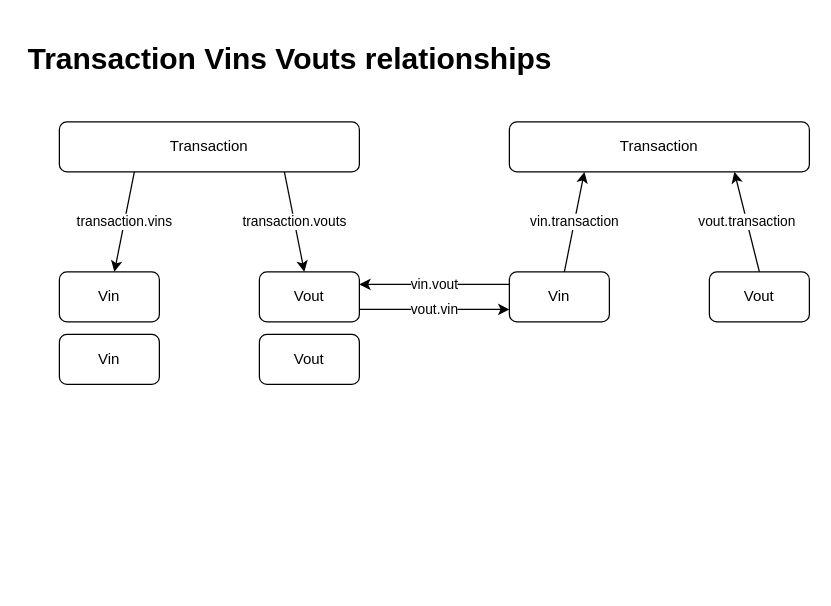
This is page "Transaction" (1 of 3) of lib/foundation/data_model/data_model.drawio from sanjeevbishnoi/moontree, a draw.io file, before an edit. Source tidied: cells renumbered, new cells numbered last; positions are measured from the earlier drawing's top-left corner, leaving out a move shared by most shapes. Both pictures are drawn from the tidied source at 125%, with x=0, y=0 at pixel (21, 34).
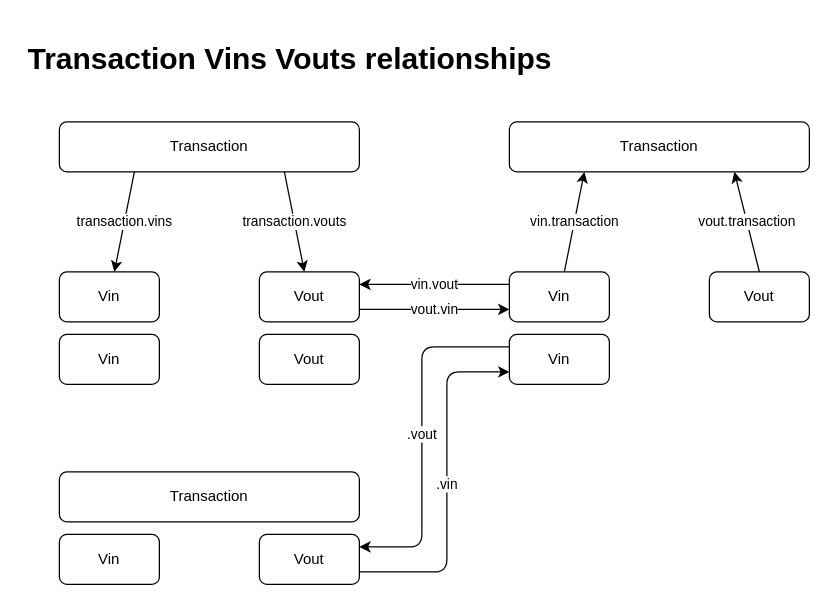
Above is the later version.

Commit message (it also covers changes not shown here):
created domain transaction objects from datamodel transaction objects

Diff of the diagram source:
```diff
@@
+    <mxCell id="17" value=".vout" style="edgeStyle=elbowEdgeStyle;html=1;entryX=1;entryY=0.25;entryDx=0;entryDy=0;exitX=0;exitY=0.25;exitDx=0;exitDy=0;" parent="1" edge="1" source="18" target="21">
+      <mxGeometry relative="1" as="geometry">
+        <Array as="points">
+          <mxPoint x="320" y="330" />
+        </Array>
+      </mxGeometry>
+    </mxCell>
+    <mxCell id="18" value="Vin" style="rounded=1;whiteSpace=wrap;html=1;" parent="1" vertex="1">
+      <mxGeometry x="390" y="240" width="80" height="40" as="geometry" />
+    </mxCell>
+    <mxCell id="19" value="Vin" style="rounded=1;whiteSpace=wrap;html=1;" parent="1" vertex="1">
+      <mxGeometry x="30" y="400" width="80" height="40" as="geometry" />
+    </mxCell>
+    <mxCell id="20" value=".vin" style="edgeStyle=elbowEdgeStyle;html=1;entryX=0;entryY=0.75;entryDx=0;entryDy=0;exitX=1;exitY=0.75;exitDx=0;exitDy=0;" parent="1" edge="1" source="21" target="18">
+      <mxGeometry relative="1" as="geometry">
+        <Array as="points">
+          <mxPoint x="340" y="360" />
+        </Array>
+      </mxGeometry>
+    </mxCell>
+    <mxCell id="21" value="Vout" style="rounded=1;whiteSpace=wrap;html=1;" parent="1" vertex="1">
+      <mxGeometry x="190" y="400" width="80" height="40" as="geometry" />
+    </mxCell>
+    <mxCell id="22" value="Transaction" style="rounded=1;whiteSpace=wrap;html=1;" parent="1" vertex="1">
+      <mxGeometry x="30" y="350" width="240" height="40" as="geometry" />
+    </mxCell>
```
